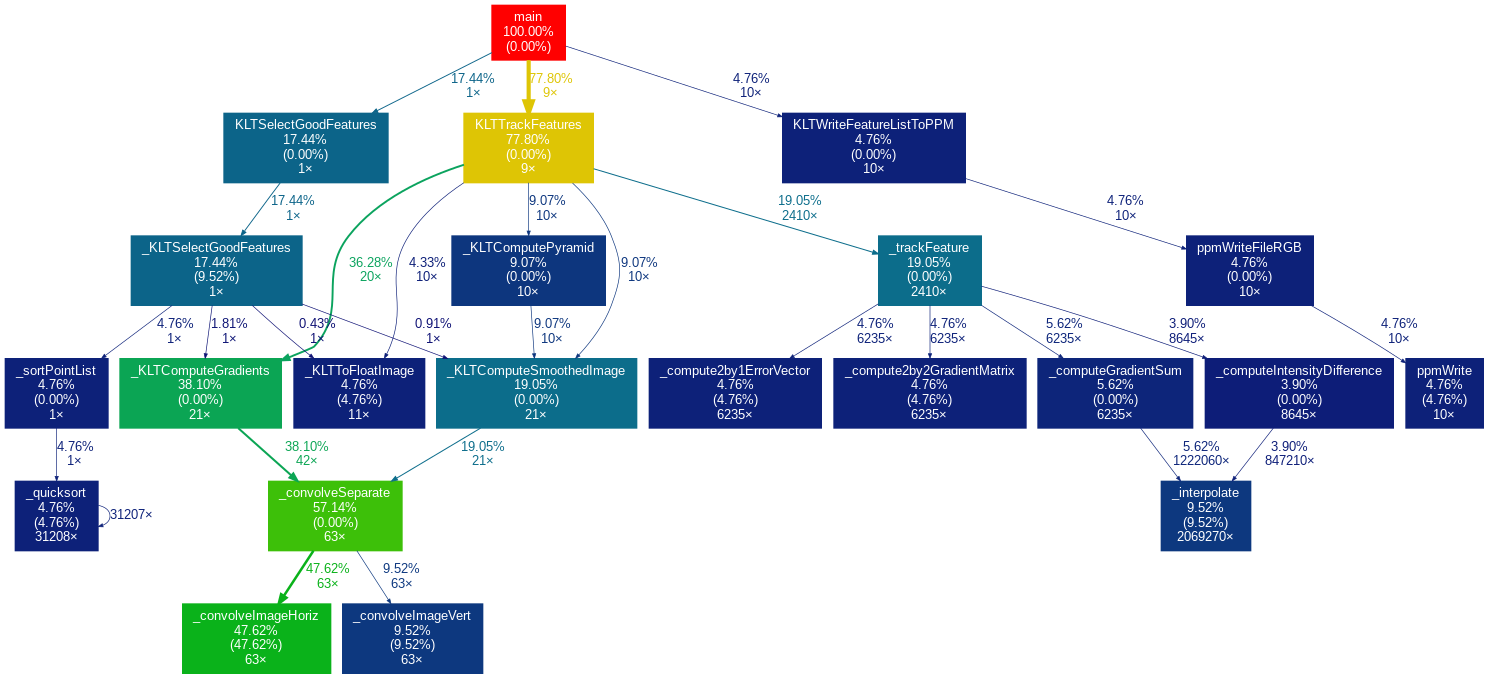
Above: src/V1/klt/profiling/example3_callgraph.png in FatimaRana50/CS4110-klt-gpu (Graphviz), before the change. Its source is kept beside it as src/V1/klt/profiling/example3_callgraph.dot.
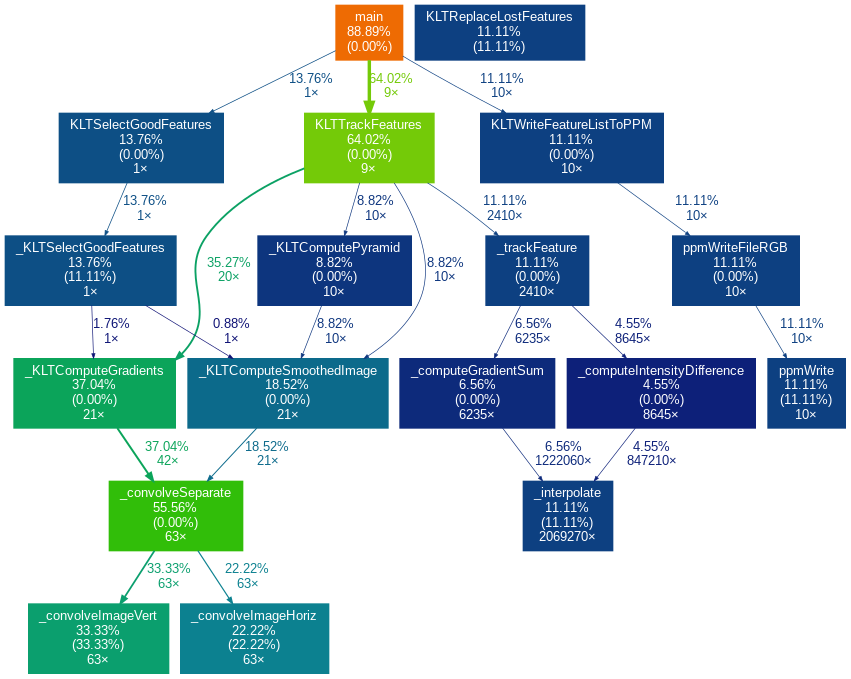
After the change.

The edit, as a diff of the source:
```diff
@@ -3,54 +3,43 @@
 	graph [fontname=Arial, nodesep=0.125, ranksep=0.25];
 	node [fontcolor=white, fontname=Arial, height=0, shape=box, style=filled, width=0];
 	edge [fontname=Arial];
-	1 [color="#ff0000", fontcolor="#ffffff", fontsize="10.00", label="main\n100.00%\n(0.00%)"];
-	1 -> 2 [arrowsize="0.88", color="#dec505", fontcolor="#dec505", fontsize="10.00", label="77.80%\n9×", labeldistance="3.11", penwidth="3.11"];
-	1 -> 8 [arrowsize="0.42", color="#0c6489", fontcolor="#0c6489", fontsize="10.00", label="17.44%\n1×", labeldistance="0.70", penwidth="0.70"];
-	1 -> 14 [arrowsize="0.35", color="#0d2179", fontcolor="#0d2179", fontsize="10.00", label="4.76%\n10×", labeldistance="0.50", penwidth="0.50"];
-	2 [color="#dec505", fontcolor="#ffffff", fontsize="10.00", label="KLTTrackFeatures\n77.80%\n(0.00%)\n9×"];
-	2 -> 5 [arrowsize="0.60", color="#0ba35e", fontcolor="#0ba35e", fontsize="10.00", label="36.28%\n20×", labeldistance="1.45", penwidth="1.45"];
-	2 -> 6 [arrowsize="0.44", color="#0c6d8b", fontcolor="#0c6d8b", fontsize="10.00", label="19.05%\n2410×", labeldistance="0.76", penwidth="0.76"];
-	2 -> 7 [arrowsize="0.35", color="#0d367e", fontcolor="#0d367e", fontsize="10.00", label="9.07%\n10×", labeldistance="0.50", penwidth="0.50"];
-	2 -> 12 [arrowsize="0.35", color="#0d367e", fontcolor="#0d367e", fontsize="10.00", label="9.07%\n10×", labeldistance="0.50", penwidth="0.50"];
-	2 -> 19 [arrowsize="0.35", color="#0d1f78", fontcolor="#0d1f78", fontsize="10.00", label="4.33%\n10×", labeldistance="0.50", penwidth="0.50"];
-	3 [color="#3dc009", fontcolor="#ffffff", fontsize="10.00", label="_convolveSeparate\n57.14%\n(0.00%)\n63×"];
-	3 -> 4 [arrowsize="0.69", color="#0ab21a", fontcolor="#0ab21a", fontsize="10.00", label="47.62%\n63×", labeldistance="1.90", penwidth="1.90"];
-	3 -> 11 [arrowsize="0.35", color="#0d387f", fontcolor="#0d387f", fontsize="10.00", label="9.52%\n63×", labeldistance="0.50", penwidth="0.50"];
-	4 [color="#0ab21a", fontcolor="#ffffff", fontsize="10.00", label="_convolveImageHoriz\n47.62%\n(47.62%)\n63×"];
-	5 [color="#0ba554", fontcolor="#ffffff", fontsize="10.00", label="_KLTComputeGradients\n38.10%\n(0.00%)\n21×"];
-	5 -> 3 [arrowsize="0.62", color="#0ba554", fontcolor="#0ba554", fontsize="10.00", label="38.10%\n42×", labeldistance="1.52", penwidth="1.52"];
-	6 [color="#0c6d8b", fontcolor="#ffffff", fontsize="10.00", label="_trackFeature\n19.05%\n(0.00%)\n2410×"];
-	6 -> 13 [arrowsize="0.35", color="#0d257a", fontcolor="#0d257a", fontsize="10.00", label="5.62%\n6235×", labeldistance="0.50", penwidth="0.50"];
-	6 -> 17 [arrowsize="0.35", color="#0d2179", fontcolor="#0d2179", fontsize="10.00", label="4.76%\n6235×", labeldistance="0.50", penwidth="0.50"];
-	6 -> 18 [arrowsize="0.35", color="#0d2179", fontcolor="#0d2179", fontsize="10.00", label="4.76%\n6235×", labeldistance="0.50", penwidth="0.50"];
-	6 -> 22 [arrowsize="0.35", color="#0d1d78", fontcolor="#0d1d78", fontsize="10.00", label="3.90%\n8645×", labeldistance="0.50", penwidth="0.50"];
-	7 [color="#0c6d8b", fontcolor="#ffffff", fontsize="10.00", label="_KLTComputeSmoothedImage\n19.05%\n(0.00%)\n21×"];
-	7 -> 3 [arrowsize="0.44", color="#0c6d8b", fontcolor="#0c6d8b", fontsize="10.00", label="19.05%\n21×", labeldistance="0.76", penwidth="0.76"];
-	8 [color="#0c6489", fontcolor="#ffffff", fontsize="10.00", label="KLTSelectGoodFeatures\n17.44%\n(0.00%)\n1×"];
-	8 -> 9 [arrowsize="0.42", color="#0c6489", fontcolor="#0c6489", fontsize="10.00", label="17.44%\n1×", labeldistance="0.70", penwidth="0.70"];
-	9 [color="#0c6489", fontcolor="#ffffff", fontsize="10.00", label="_KLTSelectGoodFeatures\n17.44%\n(9.52%)\n1×"];
-	9 -> 5 [arrowsize="0.35", color="#0d1475", fontcolor="#0d1475", fontsize="10.00", label="1.81%\n1×", labeldistance="0.50", penwidth="0.50"];
-	9 -> 7 [arrowsize="0.35", color="#0d1074", fontcolor="#0d1074", fontsize="10.00", label="0.91%\n1×", labeldistance="0.50", penwidth="0.50"];
-	9 -> 19 [arrowsize="0.35", color="#0d0f73", fontcolor="#0d0f73", fontsize="10.00", label="0.43%\n1×", labeldistance="0.50", penwidth="0.50"];
-	9 -> 21 [arrowsize="0.35", color="#0d2179", fontcolor="#0d2179", fontsize="10.00", label="4.76%\n1×", labeldistance="0.50", penwidth="0.50"];
-	10 [color="#0d387f", fontcolor="#ffffff", fontsize="10.00", label="_interpolate\n9.52%\n(9.52%)\n2069270×"];
-	11 [color="#0d387f", fontcolor="#ffffff", fontsize="10.00", label="_convolveImageVert\n9.52%\n(9.52%)\n63×"];
-	12 [color="#0d367e", fontcolor="#ffffff", fontsize="10.00", label="_KLTComputePyramid\n9.07%\n(0.00%)\n10×"];
-	12 -> 7 [arrowsize="0.35", color="#0d367e", fontcolor="#0d367e", fontsize="10.00", label="9.07%\n10×", labeldistance="0.50", penwidth="0.50"];
-	13 [color="#0d257a", fontcolor="#ffffff", fontsize="10.00", label="_computeGradientSum\n5.62%\n(0.00%)\n6235×"];
-	13 -> 10 [arrowsize="0.35", color="#0d257a", fontcolor="#0d257a", fontsize="10.00", label="5.62%\n1222060×", labeldistance="0.50", penwidth="0.50"];
-	14 [color="#0d2179", fontcolor="#ffffff", fontsize="10.00", label="KLTWriteFeatureListToPPM\n4.76%\n(0.00%)\n10×"];
-	14 -> 16 [arrowsize="0.35", color="#0d2179", fontcolor="#0d2179", fontsize="10.00", label="4.76%\n10×", labeldistance="0.50", penwidth="0.50"];
-	15 [color="#0d2179", fontcolor="#ffffff", fontsize="10.00", label="ppmWrite\n4.76%\n(4.76%)\n10×"];
-	16 [color="#0d2179", fontcolor="#ffffff", fontsize="10.00", label="ppmWriteFileRGB\n4.76%\n(0.00%)\n10×"];
-	16 -> 15 [arrowsize="0.35", color="#0d2179", fontcolor="#0d2179", fontsize="10.00", label="4.76%\n10×", labeldistance="0.50", penwidth="0.50"];
-	17 [color="#0d2179", fontcolor="#ffffff", fontsize="10.00", label="_compute2by1ErrorVector\n4.76%\n(4.76%)\n6235×"];
-	18 [color="#0d2179", fontcolor="#ffffff", fontsize="10.00", label="_compute2by2GradientMatrix\n4.76%\n(4.76%)\n6235×"];
-	19 [color="#0d2179", fontcolor="#ffffff", fontsize="10.00", label="_KLTToFloatImage\n4.76%\n(4.76%)\n11×"];
-	20 [color="#0d2179", fontcolor="#ffffff", fontsize="10.00", label="_quicksort\n4.76%\n(4.76%)\n31208×"];
-	20 -> 20 [arrowsize="0.35", color="#0d2179", fontcolor="#0d2179", fontsize="10.00", label="31207×", labeldistance="0.50", penwidth="0.50"];
-	21 [color="#0d2179", fontcolor="#ffffff", fontsize="10.00", label="_sortPointList\n4.76%\n(0.00%)\n1×"];
-	21 -> 20 [arrowsize="0.35", color="#0d2179", fontcolor="#0d2179", fontsize="10.00", label="4.76%\n1×", labeldistance="0.50", penwidth="0.50"];
-	22 [color="#0d1d78", fontcolor="#ffffff", fontsize="10.00", label="_computeIntensityDifference\n3.90%\n(0.00%)\n8645×"];
-	22 -> 10 [arrowsize="0.35", color="#0d1d78", fontcolor="#0d1d78", fontsize="10.00", label="3.90%\n847210×", labeldistance="0.50", penwidth="0.50"];
+	1 [color="#ee6b03", fontcolor="#ffffff", fontsize="10.00", label="main\n88.89%\n(0.00%)"];
+	1 -> 2 [arrowsize="0.80", color="#74ca08", fontcolor="#74ca08", fontsize="10.00", label="64.02%\n9×", labeldistance="2.56", penwidth="2.56"];
+	1 -> 10 [arrowsize="0.37", color="#0d4f85", fontcolor="#0d4f85", fontsize="10.00", label="13.76%\n1×", labeldistance="0.55", penwidth="0.55"];
+	1 -> 12 [arrowsize="0.35", color="#0d4081", fontcolor="#0d4081", fontsize="10.00", label="11.11%\n10×", labeldistance="0.50", penwidth="0.50"];
+	2 [color="#74ca08", fontcolor="#ffffff", fontsize="10.00", label="KLTTrackFeatures\n64.02%\n(0.00%)\n9×"];
+	2 -> 4 [arrowsize="0.59", color="#0ba164", fontcolor="#0ba164", fontsize="10.00", label="35.27%\n20×", labeldistance="1.41", penwidth="1.41"];
+	2 -> 7 [arrowsize="0.35", color="#0d357e", fontcolor="#0d357e", fontsize="10.00", label="8.82%\n10×", labeldistance="0.50", penwidth="0.50"];
+	2 -> 9 [arrowsize="0.35", color="#0d4081", fontcolor="#0d4081", fontsize="10.00", label="11.11%\n2410×", labeldistance="0.50", penwidth="0.50"];
+	2 -> 16 [arrowsize="0.35", color="#0d357e", fontcolor="#0d357e", fontsize="10.00", label="8.82%\n10×", labeldistance="0.50", penwidth="0.50"];
+	3 [color="#31be09", fontcolor="#ffffff", fontsize="10.00", label="_convolveSeparate\n55.56%\n(0.00%)\n63×"];
+	3 -> 5 [arrowsize="0.58", color="#0b9f6e", fontcolor="#0b9f6e", fontsize="10.00", label="33.33%\n63×", labeldistance="1.33", penwidth="1.33"];
+	3 -> 6 [arrowsize="0.47", color="#0c8190", fontcolor="#0c8190", fontsize="10.00", label="22.22%\n63×", labeldistance="0.89", penwidth="0.89"];
+	4 [color="#0ba45a", fontcolor="#ffffff", fontsize="10.00", label="_KLTComputeGradients\n37.04%\n(0.00%)\n21×"];
+	4 -> 3 [arrowsize="0.61", color="#0ba45a", fontcolor="#0ba45a", fontsize="10.00", label="37.04%\n42×", labeldistance="1.48", penwidth="1.48"];
+	5 [color="#0b9f6e", fontcolor="#ffffff", fontsize="10.00", label="_convolveImageVert\n33.33%\n(33.33%)\n63×"];
+	6 [color="#0c8190", fontcolor="#ffffff", fontsize="10.00", label="_convolveImageHoriz\n22.22%\n(22.22%)\n63×"];
+	7 [color="#0c6a8b", fontcolor="#ffffff", fontsize="10.00", label="_KLTComputeSmoothedImage\n18.52%\n(0.00%)\n21×"];
+	7 -> 3 [arrowsize="0.43", color="#0c6a8b", fontcolor="#0c6a8b", fontsize="10.00", label="18.52%\n21×", labeldistance="0.74", penwidth="0.74"];
+	8 [color="#0d4081", fontcolor="#ffffff", fontsize="10.00", label="_interpolate\n11.11%\n(11.11%)\n2069270×"];
+	9 [color="#0d4081", fontcolor="#ffffff", fontsize="10.00", label="_trackFeature\n11.11%\n(0.00%)\n2410×"];
+	9 -> 15 [arrowsize="0.35", color="#0d2a7b", fontcolor="#0d2a7b", fontsize="10.00", label="6.56%\n6235×", labeldistance="0.50", penwidth="0.50"];
+	9 -> 17 [arrowsize="0.35", color="#0d2079", fontcolor="#0d2079", fontsize="10.00", label="4.55%\n8645×", labeldistance="0.50", penwidth="0.50"];
+	10 [color="#0d4f85", fontcolor="#ffffff", fontsize="10.00", label="KLTSelectGoodFeatures\n13.76%\n(0.00%)\n1×"];
+	10 -> 11 [arrowsize="0.37", color="#0d4f85", fontcolor="#0d4f85", fontsize="10.00", label="13.76%\n1×", labeldistance="0.55", penwidth="0.55"];
+	11 [color="#0d4f85", fontcolor="#ffffff", fontsize="10.00", label="_KLTSelectGoodFeatures\n13.76%\n(11.11%)\n1×"];
+	11 -> 4 [arrowsize="0.35", color="#0d1475", fontcolor="#0d1475", fontsize="10.00", label="1.76%\n1×", labeldistance="0.50", penwidth="0.50"];
+	11 -> 7 [arrowsize="0.35", color="#0d1074", fontcolor="#0d1074", fontsize="10.00", label="0.88%\n1×", labeldistance="0.50", penwidth="0.50"];
+	12 [color="#0d4081", fontcolor="#ffffff", fontsize="10.00", label="KLTWriteFeatureListToPPM\n11.11%\n(0.00%)\n10×"];
+	12 -> 14 [arrowsize="0.35", color="#0d4081", fontcolor="#0d4081", fontsize="10.00", label="11.11%\n10×", labeldistance="0.50", penwidth="0.50"];
+	13 [color="#0d4081", fontcolor="#ffffff", fontsize="10.00", label="ppmWrite\n11.11%\n(11.11%)\n10×"];
+	14 [color="#0d4081", fontcolor="#ffffff", fontsize="10.00", label="ppmWriteFileRGB\n11.11%\n(0.00%)\n10×"];
+	14 -> 13 [arrowsize="0.35", color="#0d4081", fontcolor="#0d4081", fontsize="10.00", label="11.11%\n10×", labeldistance="0.50", penwidth="0.50"];
+	15 [color="#0d2a7b", fontcolor="#ffffff", fontsize="10.00", label="_computeGradientSum\n6.56%\n(0.00%)\n6235×"];
+	15 -> 8 [arrowsize="0.35", color="#0d2a7b", fontcolor="#0d2a7b", fontsize="10.00", label="6.56%\n1222060×", labeldistance="0.50", penwidth="0.50"];
+	16 [color="#0d357e", fontcolor="#ffffff", fontsize="10.00", label="_KLTComputePyramid\n8.82%\n(0.00%)\n10×"];
+	16 -> 7 [arrowsize="0.35", color="#0d357e", fontcolor="#0d357e", fontsize="10.00", label="8.82%\n10×", labeldistance="0.50", penwidth="0.50"];
+	17 [color="#0d2079", fontcolor="#ffffff", fontsize="10.00", label="_computeIntensityDifference\n4.55%\n(0.00%)\n8645×"];
+	17 -> 8 [arrowsize="0.35", color="#0d2079", fontcolor="#0d2079", fontsize="10.00", label="4.55%\n847210×", labeldistance="0.50", penwidth="0.50"];
+	18 [color="#0d4081", fontcolor="#ffffff", fontsize="10.00", label="KLTReplaceLostFeatures\n11.11%\n(11.11%)"];
 }
```
